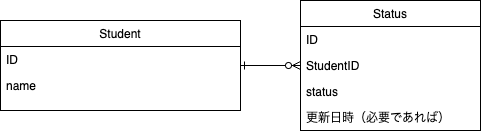
yuikoito/PrAhaChallenge keeps this draw.io diagram as db/anti-patern-7/Diagram.drawio.png. Above is the earlier version. Source tidied: cells renumbered, new cells last; positions are measured from the earlier drawing's top-left corner, leaving out a move shared by most shapes. Source of this version:
```xml
<mxGraphModel>
  <root>
    <mxCell id="0" />
    <mxCell id="1" parent="0" />
    <mxCell id="2" style="edgeStyle=orthogonalEdgeStyle;rounded=0;jettySize=auto;html=1;startArrow=ERzeroToMany;startFill=0;endArrow=ERone;endFill=0;" parent="1" edge="1" source="3" target="8">
      <mxGeometry relative="1" as="geometry" />
    </mxCell>
    <mxCell id="3" value="Status" style="swimlane;fontStyle=0;align=center;verticalAlign=top;horizontal=1;startSize=26;rounded=0;shadow=0;strokeWidth=1;" parent="1" vertex="1">
      <mxGeometry x="300" width="180" height="130" as="geometry" />
    </mxCell>
    <mxCell id="4" value="ID" style="text;align=left;verticalAlign=top;spacingLeft=4;spacingRight=4;overflow=hidden;" parent="3" vertex="1">
      <mxGeometry y="26" width="180" height="26" as="geometry" />
    </mxCell>
    <mxCell id="5" value="StudentID" style="text;align=left;verticalAlign=top;spacingLeft=4;spacingRight=4;overflow=hidden;rounded=0;shadow=0;html=0;" parent="3" vertex="1">
      <mxGeometry y="52" width="180" height="26" as="geometry" />
    </mxCell>
    <mxCell id="6" value="status" style="text;align=left;verticalAlign=top;spacingLeft=4;spacingRight=4;overflow=hidden;rounded=0;shadow=0;html=0;" parent="3" vertex="1">
      <mxGeometry y="78" width="180" height="26" as="geometry" />
    </mxCell>
    <mxCell id="7" value="更新日時（必要であれば）" style="text;align=left;verticalAlign=top;spacingLeft=4;spacingRight=4;overflow=hidden;rounded=0;shadow=0;html=0;" parent="3" vertex="1">
      <mxGeometry y="104" width="180" height="26" as="geometry" />
    </mxCell>
    <mxCell id="8" value="Student" style="swimlane;fontStyle=0;align=center;verticalAlign=top;horizontal=1;startSize=26;rounded=0;shadow=0;strokeWidth=1;" parent="1" vertex="1">
      <mxGeometry y="20" width="240" height="90" as="geometry" />
    </mxCell>
    <mxCell id="9" value="ID" style="text;align=left;verticalAlign=top;spacingLeft=4;spacingRight=4;overflow=hidden;" parent="8" vertex="1">
      <mxGeometry y="26" width="240" height="26" as="geometry" />
    </mxCell>
    <mxCell id="10" value="name" style="text;align=left;verticalAlign=top;spacingLeft=4;spacingRight=4;overflow=hidden;rounded=0;shadow=0;html=0;" parent="8" vertex="1">
      <mxGeometry y="52" width="240" height="26" as="geometry" />
    </mxCell>
  </root>
</mxGraphModel>
```
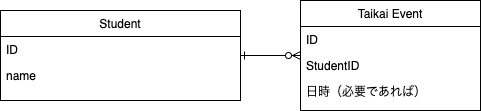
After the change.

Change to the diagram source:
```diff
@@ -5,8 +5,8 @@
     <mxCell id="2" style="edgeStyle=orthogonalEdgeStyle;rounded=0;jettySize=auto;html=1;startArrow=ERzeroToMany;startFill=0;endArrow=ERone;endFill=0;" parent="1" edge="1" source="3" target="8">
       <mxGeometry relative="1" as="geometry" />
     </mxCell>
-    <mxCell id="3" value="Status" style="swimlane;fontStyle=0;align=center;verticalAlign=top;horizontal=1;startSize=26;rounded=0;shadow=0;strokeWidth=1;" parent="1" vertex="1">
-      <mxGeometry x="300" width="180" height="130" as="geometry" />
+    <mxCell id="3" value="Taikai Event" style="swimlane;fontStyle=0;align=center;verticalAlign=top;horizontal=1;startSize=26;rounded=0;shadow=0;strokeWidth=1;" parent="1" vertex="1">
+      <mxGeometry x="300" width="180" height="110" as="geometry" />
     </mxCell>
     <mxCell id="4" value="ID" style="text;align=left;verticalAlign=top;spacingLeft=4;spacingRight=4;overflow=hidden;" parent="3" vertex="1">
       <mxGeometry y="26" width="180" height="26" as="geometry" />
@@ -14,14 +14,11 @@
     <mxCell id="5" value="StudentID" style="text;align=left;verticalAlign=top;spacingLeft=4;spacingRight=4;overflow=hidden;rounded=0;shadow=0;html=0;" parent="3" vertex="1">
       <mxGeometry y="52" width="180" height="26" as="geometry" />
     </mxCell>
-    <mxCell id="6" value="status" style="text;align=left;verticalAlign=top;spacingLeft=4;spacingRight=4;overflow=hidden;rounded=0;shadow=0;html=0;" parent="3" vertex="1">
-      <mxGeometry y="78" width="180" height="26" as="geometry" />
-    </mxCell>
-    <mxCell id="7" value="更新日時（必要であれば）" style="text;align=left;verticalAlign=top;spacingLeft=4;spacingRight=4;overflow=hidden;rounded=0;shadow=0;html=0;" parent="3" vertex="1">
-      <mxGeometry y="104" width="180" height="26" as="geometry" />
+    <mxCell id="7" value="日時（必要であれば）" style="text;align=left;verticalAlign=top;spacingLeft=4;spacingRight=4;overflow=hidden;rounded=0;shadow=0;html=0;" parent="3" vertex="1">
+      <mxGeometry y="78" width="180" height="26" as="geometry" />
     </mxCell>
     <mxCell id="8" value="Student" style="swimlane;fontStyle=0;align=center;verticalAlign=top;horizontal=1;startSize=26;rounded=0;shadow=0;strokeWidth=1;" parent="1" vertex="1">
-      <mxGeometry y="20" width="240" height="90" as="geometry" />
+      <mxGeometry y="10" width="240" height="90" as="geometry" />
     </mxCell>
     <mxCell id="9" value="ID" style="text;align=left;verticalAlign=top;spacingLeft=4;spacingRight=4;overflow=hidden;" parent="8" vertex="1">
       <mxGeometry y="26" width="240" height="26" as="geometry" />
```
